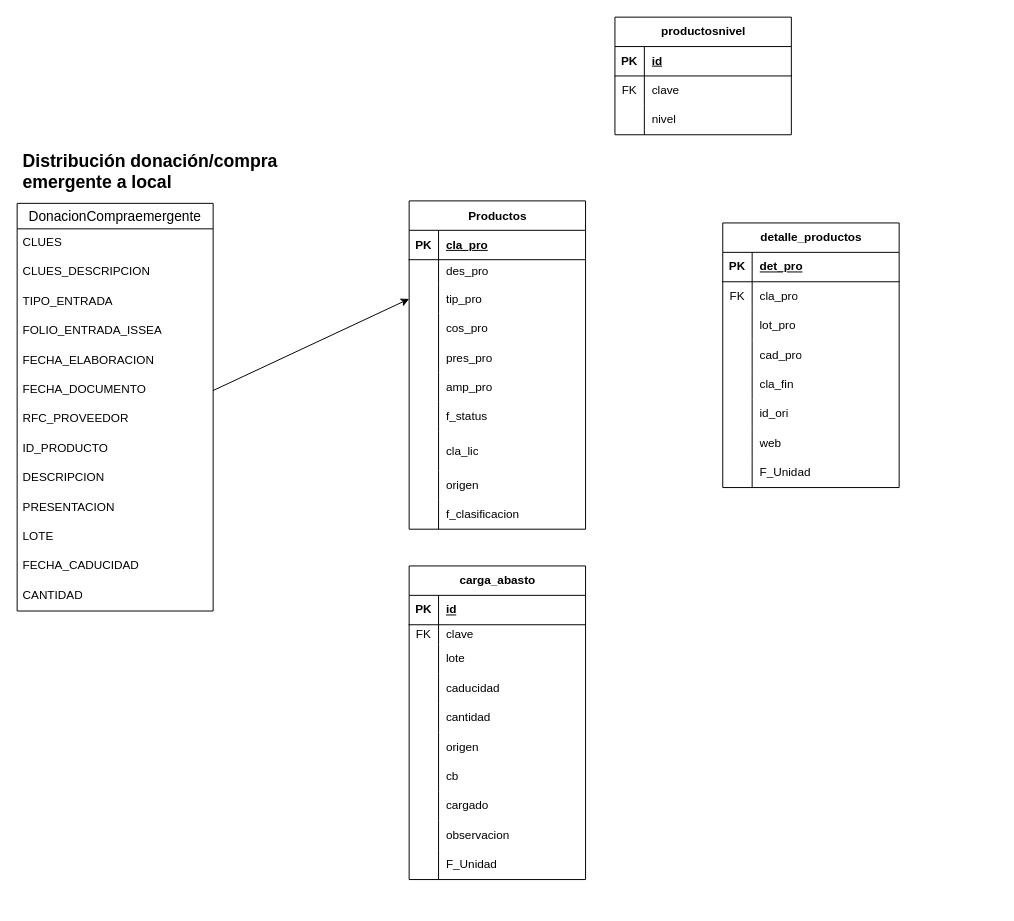
Earlier version of the draw.io diagram DonacionCompraEmergente.drawio (ErnestoDanielTafoyaMolinaCYM/clases-cat-cym). Source tidied: cells renumbered, new cells numbered last; positions are measured from the earlier drawing's top-left corner, leaving out a move shared by most shapes. Both pictures are drawn from the tidied source at 98%, with x=0, y=0 at pixel (17, 17).
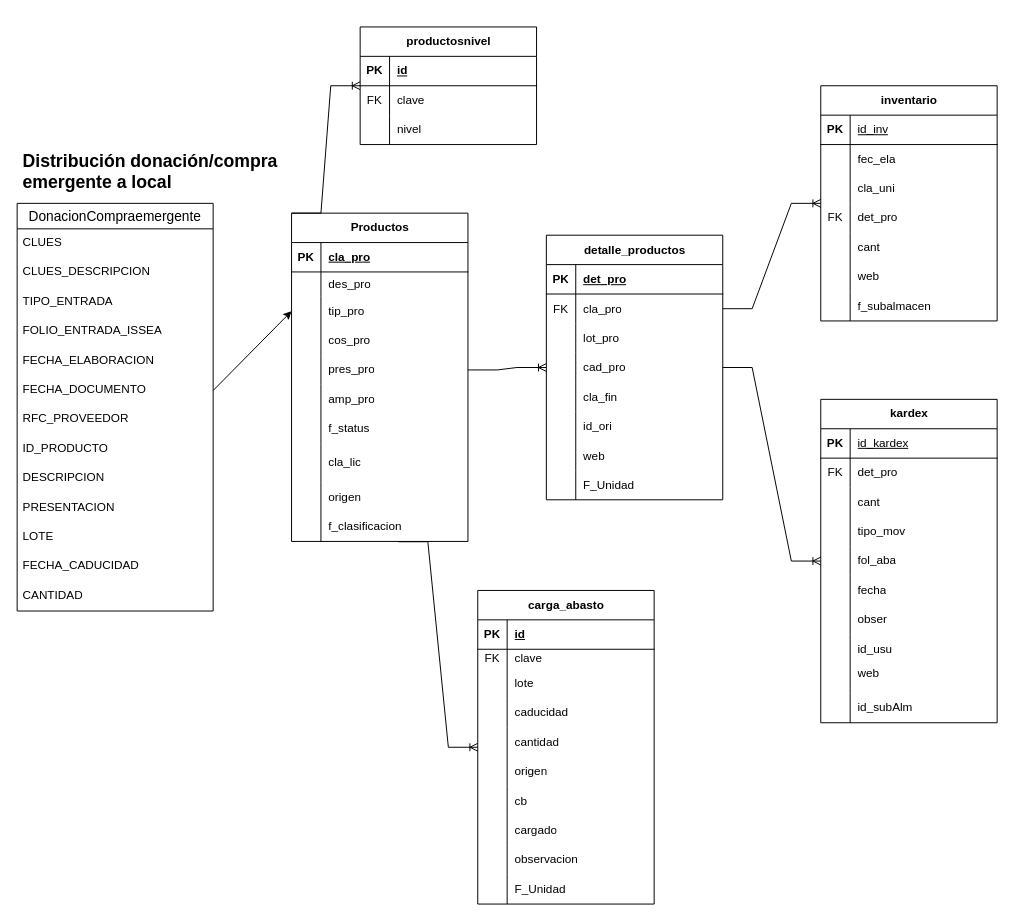
The same diagram, later.

Unchanged cells that the change refers to:
```xml
<mxCell id="61" style="shape=tableRow;horizontal=0;startSize=0;swimlaneHead=0;swimlaneBody=0;fillColor=none;points=[[0,0.5],[1,0.5]];portConstraint=eastwest;top=0;left=0;right=0;bottom=0;" parent="48" vertex="1">
  <mxGeometry y="145" width="180" height="30" as="geometry" />
</mxCell>
<mxCell id="76" style="shape=tableRow;horizontal=0;startSize=0;swimlaneHead=0;swimlaneBody=0;fillColor=none;points=[[0,0.5],[1,0.5]];portConstraint=eastwest;top=0;left=0;right=0;bottom=0;" parent="48" vertex="1">
  <mxGeometry y="305" width="180" height="30" as="geometry" />
</mxCell>
<mxCell id="84" style="shape=tableRow;horizontal=0;startSize=0;swimlaneHead=0;swimlaneBody=0;fillColor=none;points=[[0,0.5],[1,0.5]];portConstraint=eastwest;top=0;left=0;right=0;bottom=0;" parent="80" vertex="1">
  <mxGeometry y="60" width="180" height="30" as="geometry" />
</mxCell>
```

The edit, as a diff of the source:
```diff
@@
     <mxCell id="2" value="carga_abasto" style="shape=table;startSize=30;childLayout=tableLayout;rowLines=0;fontStyle=1;align=center;html=1;" parent="1" vertex="1">
-      <mxGeometry x="400" y="560" width="180" height="320" as="geometry" />
+      <mxGeometry x="470" y="585" width="180" height="320" as="geometry" />
     </mxCell>
@@
     <mxCell id="48" value="Productos" style="shape=table;startSize=30;childLayout=tableLayout;rowLines=0;fontStyle=1;align=center;html=1;" parent="1" vertex="1">
-      <mxGeometry x="400" y="187.5" width="180" height="335" as="geometry" />
+      <mxGeometry x="280" y="200" width="180" height="335" as="geometry" />
     </mxCell>
@@
     <mxCell id="80" value="detalle_productos" style="shape=table;startSize=30;childLayout=tableLayout;rowLines=0;fontStyle=1;align=center;html=1;" parent="1" vertex="1">
-      <mxGeometry x="720" y="210" width="180" height="270" as="geometry" />
+      <mxGeometry x="540" y="222.5" width="180" height="270" as="geometry" />
     </mxCell>
@@
     <mxCell id="105" value="productosnivel" style="shape=table;startSize=30;childLayout=tableLayout;rowLines=0;fontStyle=1;align=center;html=1;" parent="1" vertex="1">
-      <mxGeometry x="610" width="180" height="120" as="geometry" />
+      <mxGeometry x="350" y="10" width="180" height="120" as="geometry" />
     </mxCell>
@@
+    <mxCell id="115" value="inventario" style="shape=table;startSize=30;childLayout=tableLayout;rowLines=0;fontStyle=1;align=center;html=1;" parent="1" vertex="1">
+      <mxGeometry x="820" y="70" width="180" height="240" as="geometry" />
+    </mxCell>
+    <mxCell id="116" style="shape=tableRow;horizontal=0;startSize=0;swimlaneHead=0;swimlaneBody=0;fillColor=none;top=0;left=0;right=0;bottom=1;" parent="115" vertex="1">
+      <mxGeometry y="30" width="180" height="30" as="geometry" />
+    </mxCell>
+    <mxCell id="117" value="PK" style="shape=partialRectangle;fillColor=none;top=0;left=0;bottom=0;right=0;fontStyle=1;overflow=hidden;whiteSpace=wrap;html=1;" parent="116" vertex="1">
+      <mxGeometry width="30" height="30" as="geometry" />
+    </mxCell>
+    <mxCell id="118" value="&lt;span style=&quot;font-weight: 400;&quot;&gt;id_inv&lt;/span&gt;" style="shape=partialRectangle;fillColor=none;top=0;left=0;bottom=0;right=0;align=left;spacingLeft=6;fontStyle=5;overflow=hidden;whiteSpace=wrap;html=1;" parent="116" vertex="1">
+      <mxGeometry x="30" width="150" height="30" as="geometry" />
+    </mxCell>
+    <mxCell id="119" style="shape=tableRow;horizontal=0;startSize=0;swimlaneHead=0;swimlaneBody=0;fillColor=none;top=0;left=0;right=0;bottom=0;" parent="115" vertex="1">
+      <mxGeometry y="60" width="180" height="30" as="geometry" />
+    </mxCell>
+    <mxCell id="120" style="shape=partialRectangle;fillColor=none;top=0;left=0;bottom=0;right=0;overflow=hidden;whiteSpace=wrap;html=1;" parent="119" vertex="1">
+      <mxGeometry width="30" height="30" as="geometry" />
+    </mxCell>
+    <mxCell id="121" value="fec_ela" style="shape=partialRectangle;fillColor=none;top=0;left=0;bottom=0;right=0;align=left;spacingLeft=6;overflow=hidden;whiteSpace=wrap;html=1;" parent="119" vertex="1">
+      <mxGeometry x="30" width="150" height="30" as="geometry" />
+    </mxCell>
+    <mxCell id="122" style="shape=tableRow;horizontal=0;startSize=0;swimlaneHead=0;swimlaneBody=0;fillColor=none;top=0;left=0;right=0;bottom=0;" parent="115" vertex="1">
+      <mxGeometry y="90" width="180" height="30" as="geometry" />
+    </mxCell>
+    <mxCell id="123" style="shape=partialRectangle;fillColor=none;top=0;left=0;bottom=0;right=0;overflow=hidden;whiteSpace=wrap;html=1;" parent="122" vertex="1">
+      <mxGeometry width="30" height="30" as="geometry" />
+    </mxCell>
+    <mxCell id="124" value="cla_uni" style="shape=partialRectangle;fillColor=none;top=0;left=0;bottom=0;right=0;align=left;spacingLeft=6;overflow=hidden;whiteSpace=wrap;html=1;" parent="122" vertex="1">
+      <mxGeometry x="30" width="150" height="30" as="geometry" />
+    </mxCell>
+    <mxCell id="125" style="shape=tableRow;horizontal=0;startSize=0;swimlaneHead=0;swimlaneBody=0;fillColor=none;top=0;left=0;right=0;bottom=0;" parent="115" vertex="1">
+      <mxGeometry y="120" width="180" height="30" as="geometry" />
+    </mxCell>
+    <mxCell id="126" value="FK" style="shape=partialRectangle;fillColor=none;top=0;left=0;bottom=0;right=0;overflow=hidden;whiteSpace=wrap;html=1;" parent="125" vertex="1">
+      <mxGeometry width="30" height="30" as="geometry" />
+    </mxCell>
+    <mxCell id="127" value="det_pro" style="shape=partialRectangle;fillColor=none;top=0;left=0;bottom=0;right=0;align=left;spacingLeft=6;overflow=hidden;whiteSpace=wrap;html=1;" parent="125" vertex="1">
+      <mxGeometry x="30" width="150" height="30" as="geometry" />
+    </mxCell>
+    <mxCell id="128" style="shape=tableRow;horizontal=0;startSize=0;swimlaneHead=0;swimlaneBody=0;fillColor=none;top=0;left=0;right=0;bottom=0;" parent="115" vertex="1">
+      <mxGeometry y="150" width="180" height="30" as="geometry" />
+    </mxCell>
+    <mxCell id="129" style="shape=partialRectangle;fillColor=none;top=0;left=0;bottom=0;right=0;overflow=hidden;whiteSpace=wrap;html=1;" parent="128" vertex="1">
+      <mxGeometry width="30" height="30" as="geometry" />
+    </mxCell>
+    <mxCell id="130" value="cant" style="shape=partialRectangle;fillColor=none;top=0;left=0;bottom=0;right=0;align=left;spacingLeft=6;overflow=hidden;whiteSpace=wrap;html=1;" parent="128" vertex="1">
+      <mxGeometry x="30" width="150" height="30" as="geometry" />
+    </mxCell>
+    <mxCell id="131" style="shape=tableRow;horizontal=0;startSize=0;swimlaneHead=0;swimlaneBody=0;fillColor=none;top=0;left=0;right=0;bottom=0;" parent="115" vertex="1">
+      <mxGeometry y="180" width="180" height="30" as="geometry" />
+    </mxCell>
+    <mxCell id="132" style="shape=partialRectangle;fillColor=none;top=0;left=0;bottom=0;right=0;overflow=hidden;whiteSpace=wrap;html=1;" parent="131" vertex="1">
+      <mxGeometry width="30" height="30" as="geometry" />
+    </mxCell>
+    <mxCell id="133" value="web" style="shape=partialRectangle;fillColor=none;top=0;left=0;bottom=0;right=0;align=left;spacingLeft=6;overflow=hidden;whiteSpace=wrap;html=1;" parent="131" vertex="1">
+      <mxGeometry x="30" width="150" height="30" as="geometry" />
+    </mxCell>
+    <mxCell id="134" style="shape=tableRow;horizontal=0;startSize=0;swimlaneHead=0;swimlaneBody=0;fillColor=none;top=0;left=0;right=0;bottom=0;" parent="115" vertex="1">
+      <mxGeometry y="210" width="180" height="30" as="geometry" />
+    </mxCell>
+    <mxCell id="135" style="shape=partialRectangle;fillColor=none;top=0;left=0;bottom=0;right=0;overflow=hidden;whiteSpace=wrap;html=1;" parent="134" vertex="1">
+      <mxGeometry width="30" height="30" as="geometry" />
+    </mxCell>
+    <mxCell id="136" value="f_subalmacen" style="shape=partialRectangle;fillColor=none;top=0;left=0;bottom=0;right=0;align=left;spacingLeft=6;overflow=hidden;whiteSpace=wrap;html=1;" parent="134" vertex="1">
+      <mxGeometry x="30" width="150" height="30" as="geometry" />
+    </mxCell>
+    <mxCell id="137" style="edgeStyle=entityRelationEdgeStyle;fontSize=12;html=1;endArrow=ERoneToMany;rounded=0;exitX=1;exitY=0.5;exitDx=0;exitDy=0;" parent="1" edge="1" source="61" target="80">
+      <mxGeometry relative="1" as="geometry" />
+    </mxCell>
+    <mxCell id="138" value="kardex" style="shape=table;startSize=30;childLayout=tableLayout;rowLines=0;fontStyle=1;align=center;html=1;" parent="1" vertex="1">
+      <mxGeometry x="820" y="390" width="180" height="330" as="geometry" />
+    </mxCell>
+    <mxCell id="139" style="shape=tableRow;horizontal=0;startSize=0;swimlaneHead=0;swimlaneBody=0;fillColor=none;top=0;left=0;right=0;bottom=1;" parent="138" vertex="1">
+      <mxGeometry y="30" width="180" height="30" as="geometry" />
+    </mxCell>
+    <mxCell id="140" value="PK" style="shape=partialRectangle;fillColor=none;top=0;left=0;bottom=0;right=0;fontStyle=1;overflow=hidden;whiteSpace=wrap;html=1;" parent="139" vertex="1">
+      <mxGeometry width="30" height="30" as="geometry" />
+    </mxCell>
+    <mxCell id="141" value="&lt;span style=&quot;font-weight: 400;&quot;&gt;id_kardex&lt;/span&gt;" style="shape=partialRectangle;fillColor=none;top=0;left=0;bottom=0;right=0;align=left;spacingLeft=6;fontStyle=5;overflow=hidden;whiteSpace=wrap;html=1;" parent="139" vertex="1">
+      <mxGeometry x="30" width="150" height="30" as="geometry" />
+    </mxCell>
+    <mxCell id="142" style="shape=tableRow;horizontal=0;startSize=0;swimlaneHead=0;swimlaneBody=0;fillColor=none;top=0;left=0;right=0;bottom=0;" parent="138" vertex="1">
+      <mxGeometry y="60" width="180" height="30" as="geometry" />
+    </mxCell>
+    <mxCell id="143" value="FK" style="shape=partialRectangle;fillColor=none;top=0;left=0;bottom=0;right=0;overflow=hidden;whiteSpace=wrap;html=1;" parent="142" vertex="1">
+      <mxGeometry width="30" height="30" as="geometry" />
+    </mxCell>
+    <mxCell id="144" value="det_pro" style="shape=partialRectangle;fillColor=none;top=0;left=0;bottom=0;right=0;align=left;spacingLeft=6;overflow=hidden;whiteSpace=wrap;html=1;" parent="142" vertex="1">
+      <mxGeometry x="30" width="150" height="30" as="geometry" />
+    </mxCell>
+    <mxCell id="145" style="shape=tableRow;horizontal=0;startSize=0;swimlaneHead=0;swimlaneBody=0;fillColor=none;top=0;left=0;right=0;bottom=0;" parent="138" vertex="1">
+      <mxGeometry y="90" width="180" height="30" as="geometry" />
+    </mxCell>
+    <mxCell id="146" style="shape=partialRectangle;fillColor=none;top=0;left=0;bottom=0;right=0;overflow=hidden;whiteSpace=wrap;html=1;" parent="145" vertex="1">
+      <mxGeometry width="30" height="30" as="geometry" />
+    </mxCell>
+    <mxCell id="147" value="cant" style="shape=partialRectangle;fillColor=none;top=0;left=0;bottom=0;right=0;align=left;spacingLeft=6;overflow=hidden;whiteSpace=wrap;html=1;" parent="145" vertex="1">
+      <mxGeometry x="30" width="150" height="30" as="geometry" />
+    </mxCell>
+    <mxCell id="148" style="shape=tableRow;horizontal=0;startSize=0;swimlaneHead=0;swimlaneBody=0;fillColor=none;top=0;left=0;right=0;bottom=0;" parent="138" vertex="1">
+      <mxGeometry y="120" width="180" height="30" as="geometry" />
+    </mxCell>
+    <mxCell id="149" style="shape=partialRectangle;fillColor=none;top=0;left=0;bottom=0;right=0;overflow=hidden;whiteSpace=wrap;html=1;" parent="148" vertex="1">
+      <mxGeometry width="30" height="30" as="geometry" />
+    </mxCell>
+    <mxCell id="150" value="tipo_mov" style="shape=partialRectangle;fillColor=none;top=0;left=0;bottom=0;right=0;align=left;spacingLeft=6;overflow=hidden;whiteSpace=wrap;html=1;" parent="148" vertex="1">
+      <mxGeometry x="30" width="150" height="30" as="geometry" />
+    </mxCell>
+    <mxCell id="151" style="shape=tableRow;horizontal=0;startSize=0;swimlaneHead=0;swimlaneBody=0;fillColor=none;top=0;left=0;right=0;bottom=0;" parent="138" vertex="1">
+      <mxGeometry y="150" width="180" height="30" as="geometry" />
+    </mxCell>
+    <mxCell id="152" style="shape=partialRectangle;fillColor=none;top=0;left=0;bottom=0;right=0;overflow=hidden;whiteSpace=wrap;html=1;" parent="151" vertex="1">
+      <mxGeometry width="30" height="30" as="geometry" />
+    </mxCell>
+    <mxCell id="153" value="fol_aba" style="shape=partialRectangle;fillColor=none;top=0;left=0;bottom=0;right=0;align=left;spacingLeft=6;overflow=hidden;whiteSpace=wrap;html=1;" parent="151" vertex="1">
+      <mxGeometry x="30" width="150" height="30" as="geometry" />
+    </mxCell>
+    <mxCell id="154" style="shape=tableRow;horizontal=0;startSize=0;swimlaneHead=0;swimlaneBody=0;fillColor=none;top=0;left=0;right=0;bottom=0;" parent="138" vertex="1">
+      <mxGeometry y="180" width="180" height="30" as="geometry" />
+    </mxCell>
+    <mxCell id="155" style="shape=partialRectangle;fillColor=none;top=0;left=0;bottom=0;right=0;overflow=hidden;whiteSpace=wrap;html=1;" parent="154" vertex="1">
+      <mxGeometry width="30" height="30" as="geometry" />
+    </mxCell>
+    <mxCell id="156" value="fecha" style="shape=partialRectangle;fillColor=none;top=0;left=0;bottom=0;right=0;align=left;spacingLeft=6;overflow=hidden;whiteSpace=wrap;html=1;" parent="154" vertex="1">
+      <mxGeometry x="30" width="150" height="30" as="geometry" />
+    </mxCell>
+    <mxCell id="157" style="shape=tableRow;horizontal=0;startSize=0;swimlaneHead=0;swimlaneBody=0;fillColor=none;top=0;left=0;right=0;bottom=0;" parent="138" vertex="1">
+      <mxGeometry y="210" width="180" height="30" as="geometry" />
+    </mxCell>
+    <mxCell id="158" style="shape=partialRectangle;fillColor=none;top=0;left=0;bottom=0;right=0;overflow=hidden;whiteSpace=wrap;html=1;" parent="157" vertex="1">
+      <mxGeometry width="30" height="30" as="geometry" />
+    </mxCell>
+    <mxCell id="159" value="obser" style="shape=partialRectangle;fillColor=none;top=0;left=0;bottom=0;right=0;align=left;spacingLeft=6;overflow=hidden;whiteSpace=wrap;html=1;" parent="157" vertex="1">
+      <mxGeometry x="30" width="150" height="30" as="geometry" />
+    </mxCell>
+    <mxCell id="160" style="shape=tableRow;horizontal=0;startSize=0;swimlaneHead=0;swimlaneBody=0;fillColor=none;top=0;left=0;right=0;bottom=0;" parent="138" vertex="1">
+      <mxGeometry y="240" width="180" height="30" as="geometry" />
+    </mxCell>
+    <mxCell id="161" style="shape=partialRectangle;fillColor=none;top=0;left=0;bottom=0;right=0;overflow=hidden;whiteSpace=wrap;html=1;" parent="160" vertex="1">
+      <mxGeometry width="30" height="30" as="geometry" />
+    </mxCell>
+    <mxCell id="162" value="id_usu" style="shape=partialRectangle;fillColor=none;top=0;left=0;bottom=0;right=0;align=left;spacingLeft=6;overflow=hidden;whiteSpace=wrap;html=1;" parent="160" vertex="1">
+      <mxGeometry x="30" width="150" height="30" as="geometry" />
+    </mxCell>
+    <mxCell id="163" style="shape=tableRow;horizontal=0;startSize=0;swimlaneHead=0;swimlaneBody=0;fillColor=none;top=0;left=0;right=0;bottom=0;" parent="138" vertex="1">
+      <mxGeometry y="270" width="180" height="30" as="geometry" />
+    </mxCell>
+    <mxCell id="164" style="shape=partialRectangle;fillColor=none;top=0;left=0;bottom=0;right=0;overflow=hidden;whiteSpace=wrap;html=1;" parent="163" vertex="1">
+      <mxGeometry width="30" height="30" as="geometry" />
+    </mxCell>
+    <mxCell id="165" value="web&lt;div&gt;&lt;br&gt;&lt;/div&gt;" style="shape=partialRectangle;fillColor=none;top=0;left=0;bottom=0;right=0;align=left;spacingLeft=6;overflow=hidden;whiteSpace=wrap;html=1;" parent="163" vertex="1">
+      <mxGeometry x="30" width="150" height="30" as="geometry" />
+    </mxCell>
+    <mxCell id="166" style="shape=tableRow;horizontal=0;startSize=0;swimlaneHead=0;swimlaneBody=0;fillColor=none;top=0;left=0;right=0;bottom=0;" parent="138" vertex="1">
+      <mxGeometry y="300" width="180" height="30" as="geometry" />
+    </mxCell>
+    <mxCell id="167" style="shape=partialRectangle;fillColor=none;top=0;left=0;bottom=0;right=0;overflow=hidden;whiteSpace=wrap;html=1;" parent="166" vertex="1">
+      <mxGeometry width="30" height="30" as="geometry" />
+    </mxCell>
+    <mxCell id="168" value="id_subAlm" style="shape=partialRectangle;fillColor=none;top=0;left=0;bottom=0;right=0;align=left;spacingLeft=6;overflow=hidden;whiteSpace=wrap;html=1;" parent="166" vertex="1">
+      <mxGeometry x="30" width="150" height="30" as="geometry" />
+    </mxCell>
+    <mxCell id="169" style="edgeStyle=entityRelationEdgeStyle;fontSize=12;html=1;endArrow=ERoneToMany;rounded=0;exitX=0.606;exitY=1.01;exitDx=0;exitDy=0;exitPerimeter=0;" parent="1" edge="1" source="76" target="2">
+      <mxGeometry relative="1" as="geometry">
+        <Array as="points">
+          <mxPoint x="390" y="550" />
+          <mxPoint x="470" y="560" />
+          <mxPoint x="460" y="570" />
+        </Array>
+      </mxGeometry>
+    </mxCell>
+    <mxCell id="170" style="edgeStyle=entityRelationEdgeStyle;fontSize=12;html=1;endArrow=ERoneToMany;rounded=0;exitX=0;exitY=0;exitDx=0;exitDy=0;" parent="1" edge="1" source="48" target="105">
+      <mxGeometry relative="1" as="geometry" />
+    </mxCell>
+    <mxCell id="171" style="edgeStyle=entityRelationEdgeStyle;fontSize=12;html=1;endArrow=ERoneToMany;rounded=0;exitX=1;exitY=0.5;exitDx=0;exitDy=0;" parent="1" edge="1" source="84" target="115">
+      <mxGeometry relative="1" as="geometry" />
+    </mxCell>
+    <mxCell id="172" style="edgeStyle=entityRelationEdgeStyle;fontSize=12;html=1;endArrow=ERoneToMany;rounded=0;" parent="1" edge="1" source="80" target="138">
+      <mxGeometry relative="1" as="geometry" />
+    </mxCell>
```
